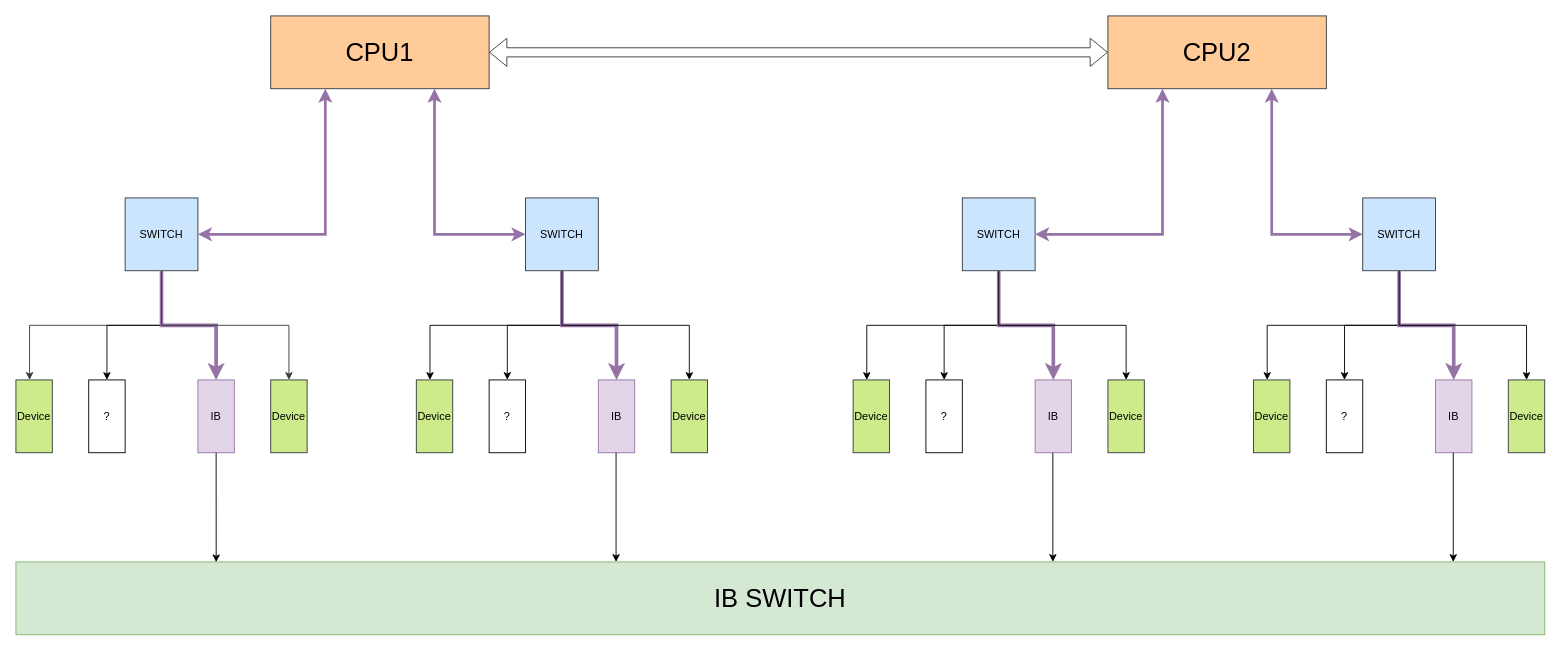
This is OAM_net_ARC.drawio from BEYHHH/SBLP, a draw.io file, before an edit. Source tidied: cells renumbered, new cells numbered last; positions are measured from the earlier drawing's top-left corner, leaving out a move shared by most shapes. Both pictures are drawn from the tidied source at 91%, with x=0, y=0 at pixel (15, 15).
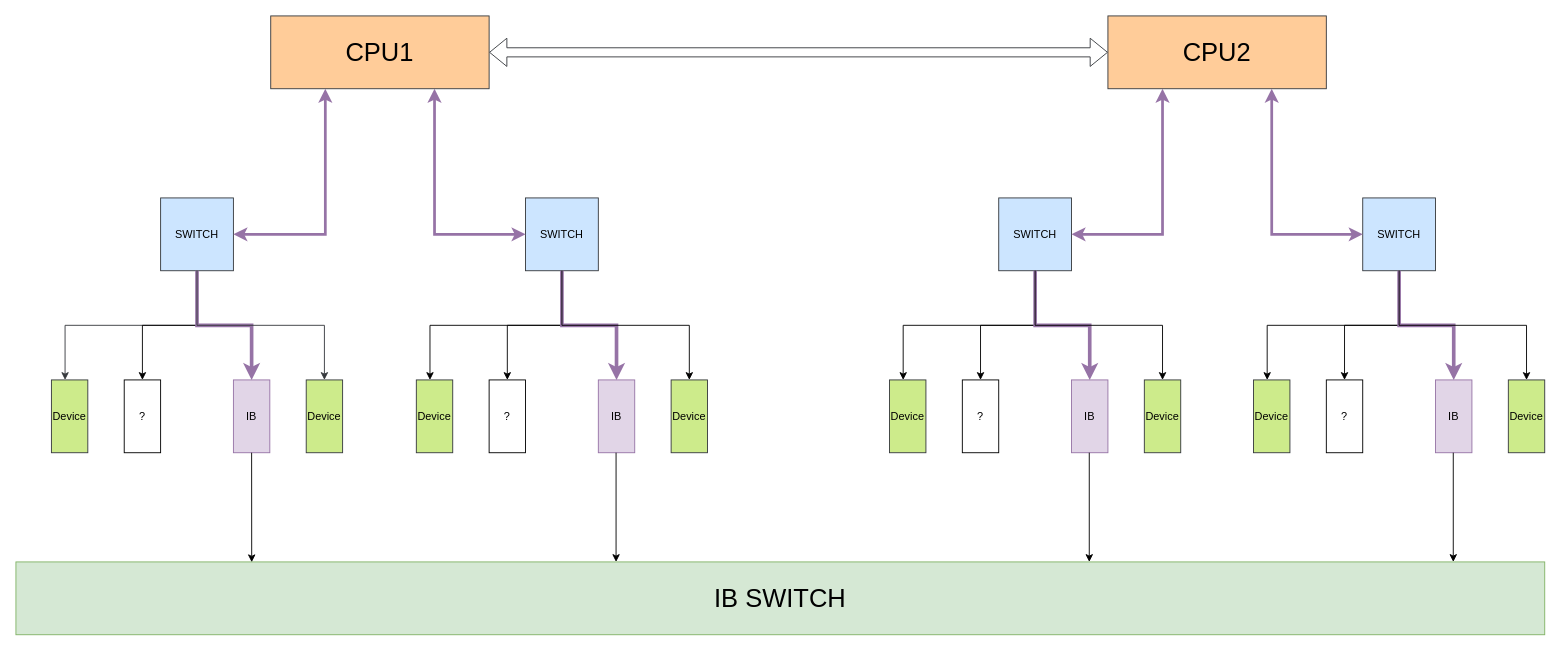
The same diagram, later.

Unchanged cells that the change refers to:
```xml
<mxCell id="45" value="&lt;font style=&quot;font-size: 28px;&quot;&gt;IB SWITCH&lt;/font&gt;" style="rounded=0;whiteSpace=wrap;html=1;fillColor=#d5e8d4;strokeColor=#82b366;" parent="1" vertex="1">
  <mxGeometry y="600" width="1680" height="80" as="geometry" />
</mxCell>
```

The edit, as a diff of the source:
```diff
@@
     <mxCell id="3" style="edgeStyle=orthogonalEdgeStyle;rounded=0;jettySize=auto;html=1;fillColor=#cdeb8b;strokeColor=#36393d;" parent="1" edge="1" source="5" target="6">
       <mxGeometry relative="1" as="geometry">
         <Array as="points">
-          <mxPoint x="160" y="340" />
-          <mxPoint x="15" y="340" />
+          <mxPoint x="199" y="340" />
+          <mxPoint x="54" y="340" />
         </Array>
       </mxGeometry>
     </mxCell>
     <mxCell id="4" style="edgeStyle=orthogonalEdgeStyle;rounded=0;jettySize=auto;html=1;exitX=0.5;exitY=1;exitDx=0;exitDy=0;entryX=0.5;entryY=0;entryDx=0;entryDy=0;" parent="1" edge="1" source="5" target="7">
       <mxGeometry relative="1" as="geometry">
         <Array as="points">
-          <mxPoint x="160" y="340" />
-          <mxPoint x="100" y="340" />
+          <mxPoint x="199" y="340" />
+          <mxPoint x="139" y="340" />
         </Array>
       </mxGeometry>
     </mxCell>
     <mxCell id="5" value="SWITCH" style="rounded=0;whiteSpace=wrap;html=1;fillColor=#cce5ff;strokeColor=#36393d;" parent="1" vertex="1">
-      <mxGeometry x="120" y="200" width="80" height="80" as="geometry" />
+      <mxGeometry x="159" y="200" width="80" height="80" as="geometry" />
     </mxCell>
     <mxCell id="6" value="Device" style="rounded=0;whiteSpace=wrap;html=1;fillColor=#cdeb8b;strokeColor=#36393d;" parent="1" vertex="1">
-      <mxGeometry y="400" width="40" height="80" as="geometry" />
+      <mxGeometry x="39" y="400" width="40" height="80" as="geometry" />
     </mxCell>
     <mxCell id="7" value="?" style="rounded=0;whiteSpace=wrap;html=1;" parent="1" vertex="1">
-      <mxGeometry x="80" y="400" width="40" height="80" as="geometry" />
+      <mxGeometry x="119" y="400" width="40" height="80" as="geometry" />
     </mxCell>
     <mxCell id="8" style="edgeStyle=orthogonalEdgeStyle;rounded=0;jettySize=auto;html=1;entryX=0.5;entryY=0;entryDx=0;entryDy=0;fillColor=#e1d5e7;strokeColor=#9673a6;strokeWidth=4;" parent="1" edge="1" source="5" target="9">
       <mxGeometry relative="1" as="geometry">
         <Array as="points">
-          <mxPoint x="160" y="340" />
-          <mxPoint x="220" y="340" />
+          <mxPoint x="199" y="340" />
+          <mxPoint x="259" y="340" />
         </Array>
       </mxGeometry>
     </mxCell>
     <mxCell id="9" value="IB" style="rounded=0;whiteSpace=wrap;html=1;fillColor=#e1d5e7;strokeColor=#9673a6;" parent="1" vertex="1">
-      <mxGeometry x="200" y="400" width="40" height="80" as="geometry" />
+      <mxGeometry x="239" y="400" width="40" height="80" as="geometry" />
     </mxCell>
     <mxCell id="10" value="Device" style="rounded=0;whiteSpace=wrap;html=1;fillColor=#cdeb8b;strokeColor=#36393d;" parent="1" vertex="1">
-      <mxGeometry x="280" y="400" width="40" height="80" as="geometry" />
+      <mxGeometry x="319" y="400" width="40" height="80" as="geometry" />
     </mxCell>
     <mxCell id="11" style="edgeStyle=orthogonalEdgeStyle;rounded=0;jettySize=auto;html=1;entryX=0.5;entryY=0;entryDx=0;entryDy=0;exitX=0.5;exitY=1;exitDx=0;exitDy=0;fillColor=#cdeb8b;strokeColor=#36393d;" parent="1" edge="1" source="5" target="10">
       <mxGeometry relative="1" as="geometry">
         <Array as="points">
-          <mxPoint x="160" y="340" />
-          <mxPoint x="300" y="340" />
+          <mxPoint x="199" y="340" />
+          <mxPoint x="339" y="340" />
         </Array>
       </mxGeometry>
     </mxCell>
@@
     <mxCell id="24" style="edgeStyle=orthogonalEdgeStyle;rounded=0;jettySize=auto;html=1;" parent="1" edge="1" source="26" target="27">
       <mxGeometry relative="1" as="geometry">
         <Array as="points">
-          <mxPoint x="1080" y="340" />
-          <mxPoint x="935" y="340" />
+          <mxPoint x="1120" y="340" />
+          <mxPoint x="975" y="340" />
         </Array>
       </mxGeometry>
     </mxCell>
     <mxCell id="25" style="edgeStyle=orthogonalEdgeStyle;rounded=0;jettySize=auto;html=1;exitX=0.5;exitY=1;exitDx=0;exitDy=0;entryX=0.5;entryY=0;entryDx=0;entryDy=0;" parent="1" edge="1" source="26" target="28">
       <mxGeometry relative="1" as="geometry">
         <Array as="points">
-          <mxPoint x="1080" y="340" />
-          <mxPoint x="1020" y="340" />
+          <mxPoint x="1120" y="340" />
+          <mxPoint x="1060" y="340" />
         </Array>
       </mxGeometry>
     </mxCell>
     <mxCell id="26" value="SWITCH" style="rounded=0;whiteSpace=wrap;html=1;fillColor=#cce5ff;strokeColor=#36393d;" parent="1" vertex="1">
-      <mxGeometry x="1040" y="200" width="80" height="80" as="geometry" />
+      <mxGeometry x="1080" y="200" width="80" height="80" as="geometry" />
     </mxCell>
     <mxCell id="27" value="Device" style="rounded=0;whiteSpace=wrap;html=1;fillColor=#cdeb8b;strokeColor=#36393d;" parent="1" vertex="1">
-      <mxGeometry x="920" y="400" width="40" height="80" as="geometry" />
+      <mxGeometry x="960" y="400" width="40" height="80" as="geometry" />
     </mxCell>
     <mxCell id="28" value="?" style="rounded=0;whiteSpace=wrap;html=1;" parent="1" vertex="1">
-      <mxGeometry x="1000" y="400" width="40" height="80" as="geometry" />
+      <mxGeometry x="1040" y="400" width="40" height="80" as="geometry" />
     </mxCell>
     <mxCell id="29" style="edgeStyle=orthogonalEdgeStyle;rounded=0;jettySize=auto;html=1;entryX=0.5;entryY=0;entryDx=0;entryDy=0;fillColor=#e1d5e7;strokeColor=#9673a6;strokeWidth=4;" parent="1" edge="1" source="26" target="30">
       <mxGeometry relative="1" as="geometry">
         <Array as="points">
-          <mxPoint x="1080" y="340" />
-          <mxPoint x="1140" y="340" />
+          <mxPoint x="1120" y="340" />
+          <mxPoint x="1180" y="340" />
         </Array>
       </mxGeometry>
     </mxCell>
     <mxCell id="30" value="IB" style="rounded=0;whiteSpace=wrap;html=1;fillColor=#e1d5e7;strokeColor=#9673a6;" parent="1" vertex="1">
-      <mxGeometry x="1120" y="400" width="40" height="80" as="geometry" />
+      <mxGeometry x="1160" y="400" width="40" height="80" as="geometry" />
     </mxCell>
     <mxCell id="31" value="Device" style="rounded=0;whiteSpace=wrap;html=1;fillColor=#cdeb8b;strokeColor=#36393d;" parent="1" vertex="1">
-      <mxGeometry x="1200" y="400" width="40" height="80" as="geometry" />
+      <mxGeometry x="1240" y="400" width="40" height="80" as="geometry" />
     </mxCell>
     <mxCell id="32" style="edgeStyle=orthogonalEdgeStyle;rounded=0;jettySize=auto;html=1;entryX=0.5;entryY=0;entryDx=0;entryDy=0;exitX=0.5;exitY=1;exitDx=0;exitDy=0;" parent="1" edge="1" source="26" target="31">
       <mxGeometry relative="1" as="geometry">
         <Array as="points">
-          <mxPoint x="1080" y="340" />
-          <mxPoint x="1220" y="340" />
+          <mxPoint x="1120" y="340" />
+          <mxPoint x="1260" y="340" />
         </Array>
       </mxGeometry>
     </mxCell>
@@
-    <mxCell id="46" style="endArrow=classic;html=1;rounded=0;exitX=0.5;exitY=1;exitDx=0;exitDy=0;entryX=0.131;entryY=0.004;entryDx=0;entryDy=0;entryPerimeter=0;" parent="1" edge="1" source="9" target="45">
-      <mxGeometry relative="1" as="geometry" />
+    <mxCell id="46" style="endArrow=classic;html=1;rounded=0;exitX=0.5;exitY=1;exitDx=0;exitDy=0;entryX=0.131;entryY=0.004;entryDx=0;entryDy=0;entryPerimeter=0;" parent="1" edge="1" source="9">
+      <mxGeometry relative="1" as="geometry">
+        <mxPoint x="259.1" y="600.3" as="targetPoint" />
+      </mxGeometry>
     </mxCell>
@@
     <mxCell id="48" style="endArrow=classic;html=1;rounded=0;exitX=0.5;exitY=1;exitDx=0;exitDy=0;entryX=0.131;entryY=0.004;entryDx=0;entryDy=0;entryPerimeter=0;" parent="1" edge="1">
       <mxGeometry relative="1" as="geometry">
-        <mxPoint x="1139.5" y="480" as="sourcePoint" />
-        <mxPoint x="1139.5" y="600" as="targetPoint" />
+        <mxPoint x="1179.5" y="480" as="sourcePoint" />
+        <mxPoint x="1179.5" y="600" as="targetPoint" />
       </mxGeometry>
     </mxCell>
```
